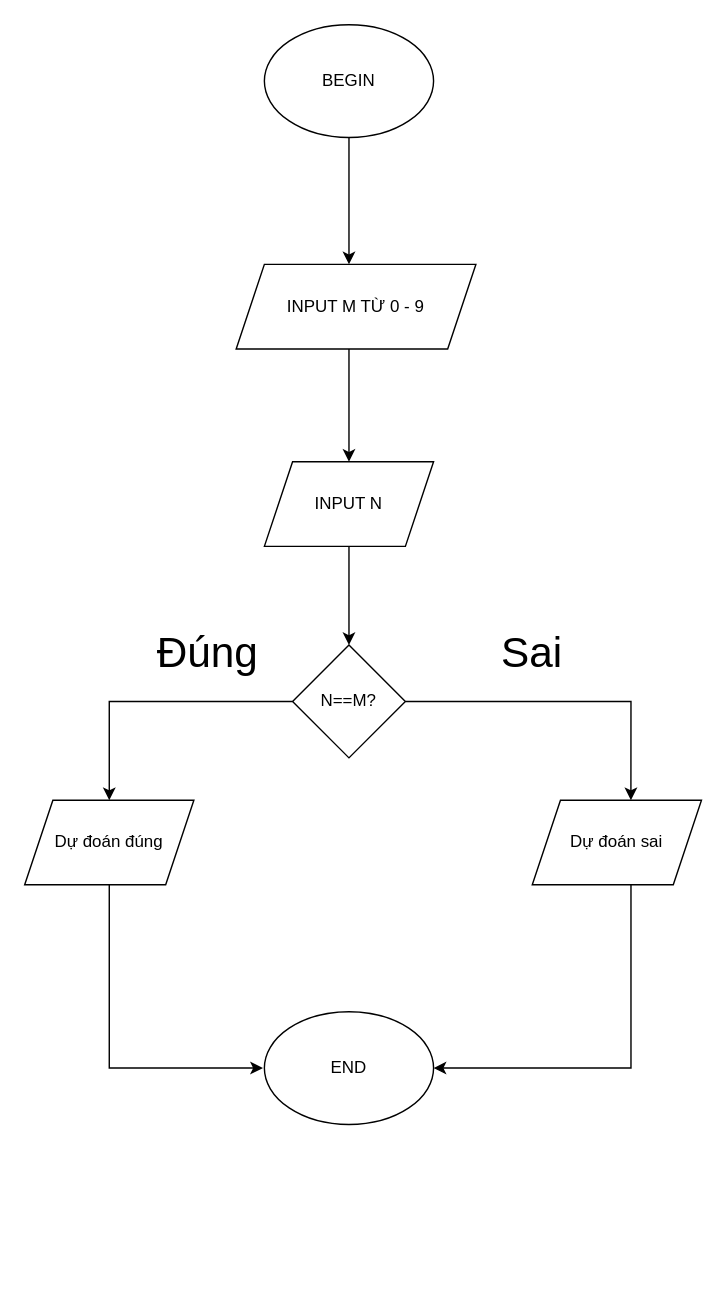
Earlier version of the draw.io diagram ss3_Mo_ta_thuat_toan_bang_Pseudo_code_&_Flowchart/thuc_hanh/thuat_toan_game_doan_so/thuat_toan_game_doan_so.drawio (Chienle26/C1121G1---LE-VAN-CHIEN). Source tidied: cells renumbered, new cells numbered last; positions are measured from the earlier drawing's top-left corner, leaving out a move shared by most shapes. Both pictures are drawn from the tidied source at 141%, with x=0, y=0 at pixel (24, 24).
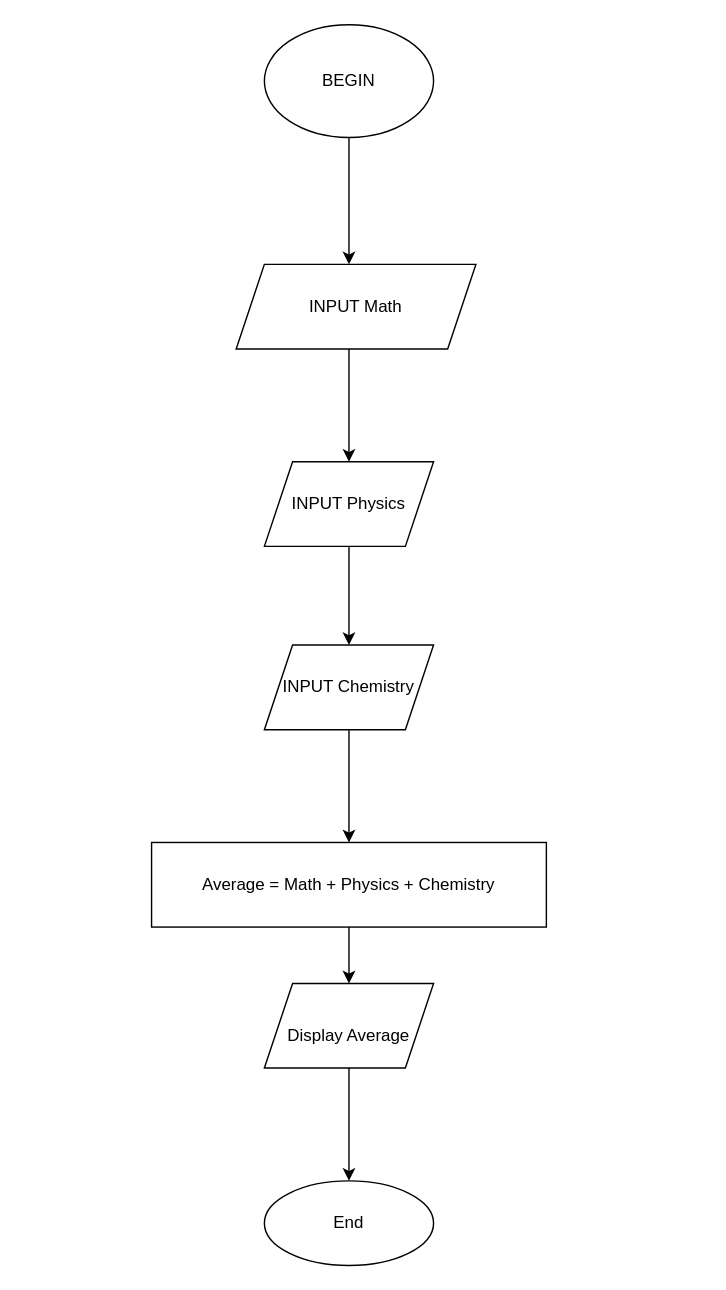
Above is the later version.

Change to the diagram source:
```diff
@@
-    <mxCell id="5" value="INPUT M TỪ 0 - 9" style="shape=parallelogram;perimeter=parallelogramPerimeter;whiteSpace=wrap;html=1;fixedSize=1;" parent="1" vertex="1">
+    <mxCell id="5" value="INPUT Math" style="shape=parallelogram;perimeter=parallelogramPerimeter;whiteSpace=wrap;html=1;fixedSize=1;" parent="1" vertex="1">
       <mxGeometry x="150" y="170" width="170" height="60" as="geometry" />
     </mxCell>
-    <mxCell id="6" style="edgeStyle=orthogonalEdgeStyle;rounded=0;jettySize=auto;html=1;" parent="1" edge="1" source="7" target="10">
-      <mxGeometry relative="1" as="geometry" />
+    <mxCell id="6" style="edgeStyle=orthogonalEdgeStyle;rounded=0;jettySize=auto;html=1;" parent="1" edge="1" source="7">
+      <mxGeometry relative="1" as="geometry">
+        <mxPoint x="230" y="440" as="targetPoint" />
+      </mxGeometry>
     </mxCell>
-    <mxCell id="7" value="INPUT N" style="shape=parallelogram;perimeter=parallelogramPerimeter;whiteSpace=wrap;html=1;fixedSize=1;" parent="1" vertex="1">
+    <mxCell id="7" value="INPUT Physics" style="shape=parallelogram;perimeter=parallelogramPerimeter;whiteSpace=wrap;html=1;fixedSize=1;" parent="1" vertex="1">
       <mxGeometry x="170" y="310" width="120" height="60" as="geometry" />
     </mxCell>
-    <mxCell id="8" style="edgeStyle=orthogonalEdgeStyle;rounded=0;jettySize=auto;html=1;entryX=0.5;entryY=0;entryDx=0;entryDy=0;" parent="1" edge="1" source="10" target="12">
-      <mxGeometry relative="1" as="geometry" />
-    </mxCell>
-    <mxCell id="9" style="edgeStyle=orthogonalEdgeStyle;rounded=0;jettySize=auto;html=1;entryX=0.583;entryY=0;entryDx=0;entryDy=0;entryPerimeter=0;" parent="1" edge="1" source="10" target="14">
-      <mxGeometry relative="1" as="geometry" />
-    </mxCell>
-    <mxCell id="10" value="N==M?" style="rhombus;whiteSpace=wrap;html=1;" parent="1" vertex="1">
-      <mxGeometry x="190" y="440" width="80" height="80" as="geometry" />
-    </mxCell>
-    <mxCell id="11" style="edgeStyle=orthogonalEdgeStyle;rounded=0;jettySize=auto;html=1;" parent="1" edge="1" source="12">
-      <mxGeometry relative="1" as="geometry">
-        <mxPoint x="169" y="740" as="targetPoint" />
-        <Array as="points">
-          <mxPoint x="60" y="740" />
-          <mxPoint x="169" y="740" />
-        </Array>
-      </mxGeometry>
-    </mxCell>
-    <mxCell id="12" value="Dự đoán đúng" style="shape=parallelogram;perimeter=parallelogramPerimeter;whiteSpace=wrap;html=1;fixedSize=1;" parent="1" vertex="1">
-      <mxGeometry y="550" width="120" height="60" as="geometry" />
-    </mxCell>
-    <mxCell id="13" style="edgeStyle=orthogonalEdgeStyle;rounded=0;jettySize=auto;html=1;entryX=1;entryY=0.5;entryDx=0;entryDy=0;" parent="1" edge="1" source="14" target="15">
-      <mxGeometry relative="1" as="geometry">
-        <Array as="points">
-          <mxPoint x="430" y="740" />
-        </Array>
-      </mxGeometry>
-    </mxCell>
-    <mxCell id="14" value="Dự đoán sai" style="shape=parallelogram;perimeter=parallelogramPerimeter;whiteSpace=wrap;html=1;fixedSize=1;" parent="1" vertex="1">
-      <mxGeometry x="360" y="550" width="120" height="60" as="geometry" />
-    </mxCell>
-    <mxCell id="15" value="END" style="ellipse;whiteSpace=wrap;html=1;" parent="1" vertex="1">
-      <mxGeometry x="170" y="700" width="120" height="80" as="geometry" />
-    </mxCell>
-    <mxCell id="16" style="edgeStyle=orthogonalEdgeStyle;rounded=0;jettySize=auto;html=1;entryX=0.992;entryY=0.638;entryDx=0;entryDy=0;entryPerimeter=0;" parent="1" edge="1" target="15">
-      <mxGeometry relative="1" as="geometry">
-        <mxPoint x="289" y="751" as="sourcePoint" />
-      </mxGeometry>
-    </mxCell>
-    <mxCell id="17" value="Đúng" style="text;html=1;strokeColor=none;fillColor=none;align=center;verticalAlign=middle;whiteSpace=wrap;rounded=0;fontSize=30;" parent="1" vertex="1">
-      <mxGeometry x="100" y="430" width="60" height="30" as="geometry" />
-    </mxCell>
-    <mxCell id="18" value="Sai" style="text;html=1;strokeColor=none;fillColor=none;align=center;verticalAlign=middle;whiteSpace=wrap;rounded=0;fontSize=30;" parent="1" vertex="1">
-      <mxGeometry x="330" y="430" width="60" height="30" as="geometry" />
-    </mxCell>
+    <mxCell id="19" style="edgeStyle=orthogonalEdgeStyle;rounded=0;jettySize=auto;html=1;fontSize=30;" parent="1" edge="1" source="20" target="22">
+      <mxGeometry relative="1" as="geometry" />
+    </mxCell>
+    <mxCell id="20" value="INPUT Chemistry" style="shape=parallelogram;perimeter=parallelogramPerimeter;whiteSpace=wrap;html=1;fixedSize=1;" parent="1" vertex="1">
+      <mxGeometry x="170" y="440" width="120" height="60" as="geometry" />
+    </mxCell>
+    <mxCell id="21" style="edgeStyle=orthogonalEdgeStyle;rounded=0;jettySize=auto;html=1;entryX=0.5;entryY=0;entryDx=0;entryDy=0;fontSize=30;" parent="1" edge="1" source="22" target="24">
+      <mxGeometry relative="1" as="geometry" />
+    </mxCell>
+    <mxCell id="22" value="Average = Math + Physics + Chemistry" style="whiteSpace=wrap;html=1;" parent="1" vertex="1">
+      <mxGeometry x="90" y="580" width="280" height="60" as="geometry" />
+    </mxCell>
+    <mxCell id="23" style="edgeStyle=orthogonalEdgeStyle;rounded=0;jettySize=auto;html=1;fontSize=12;" parent="1" edge="1" source="24" target="25">
+      <mxGeometry relative="1" as="geometry" />
+    </mxCell>
+    <mxCell id="24" value="&lt;font style=&quot;font-size: 12px&quot;&gt;Display Average&lt;/font&gt;" style="shape=parallelogram;perimeter=parallelogramPerimeter;whiteSpace=wrap;html=1;fixedSize=1;fontSize=30;" parent="1" vertex="1">
+      <mxGeometry x="170" y="680" width="120" height="60" as="geometry" />
+    </mxCell>
+    <mxCell id="25" value="&lt;font style=&quot;font-size: 12px&quot;&gt;End&lt;/font&gt;" style="ellipse;whiteSpace=wrap;html=1;fontSize=12;" parent="1" vertex="1">
+      <mxGeometry x="170" y="820" width="120" height="60" as="geometry" />
+    </mxCell>
```
